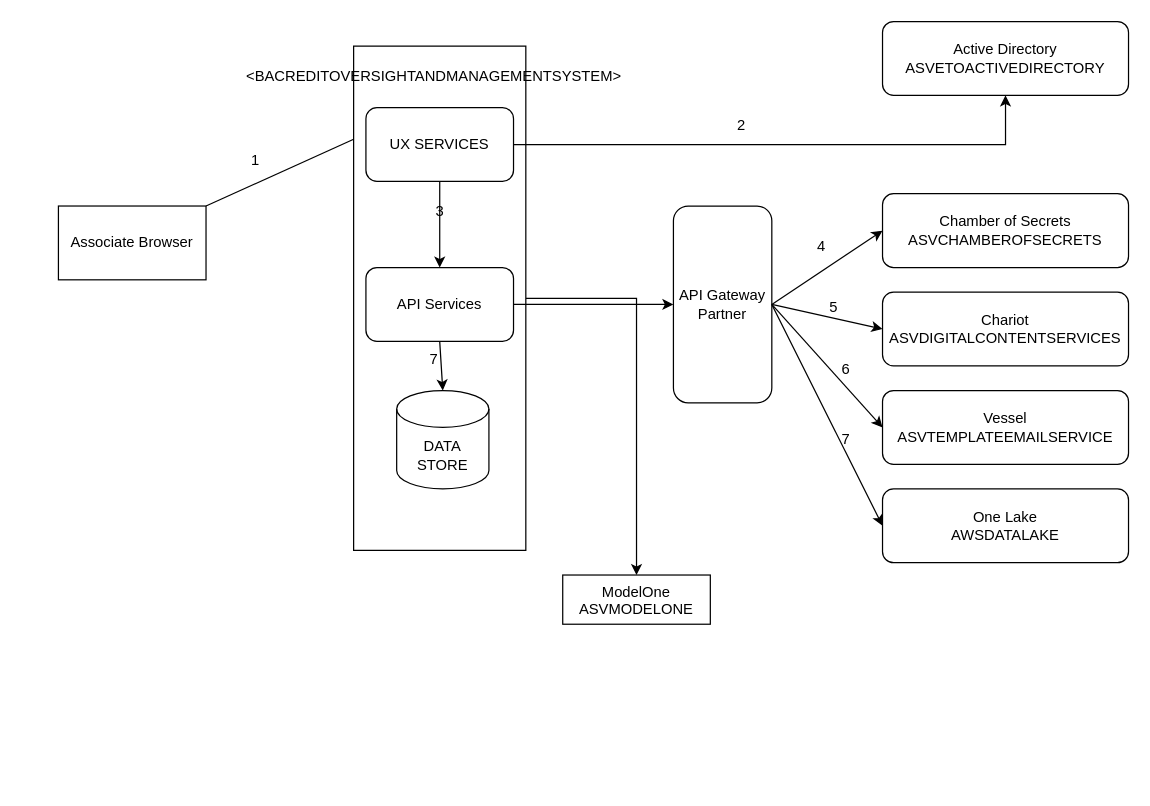
This is Untitled Diagram.drawio from workmoreandtalkless/system-design-101, a draw.io file, before an edit. Source tidied: cells renumbered, new cells numbered last; positions are measured from the earlier drawing's top-left corner, leaving out a move shared by most shapes. Both pictures are drawn from the tidied source at 123%, with x=0, y=0 at pixel (58, 21).
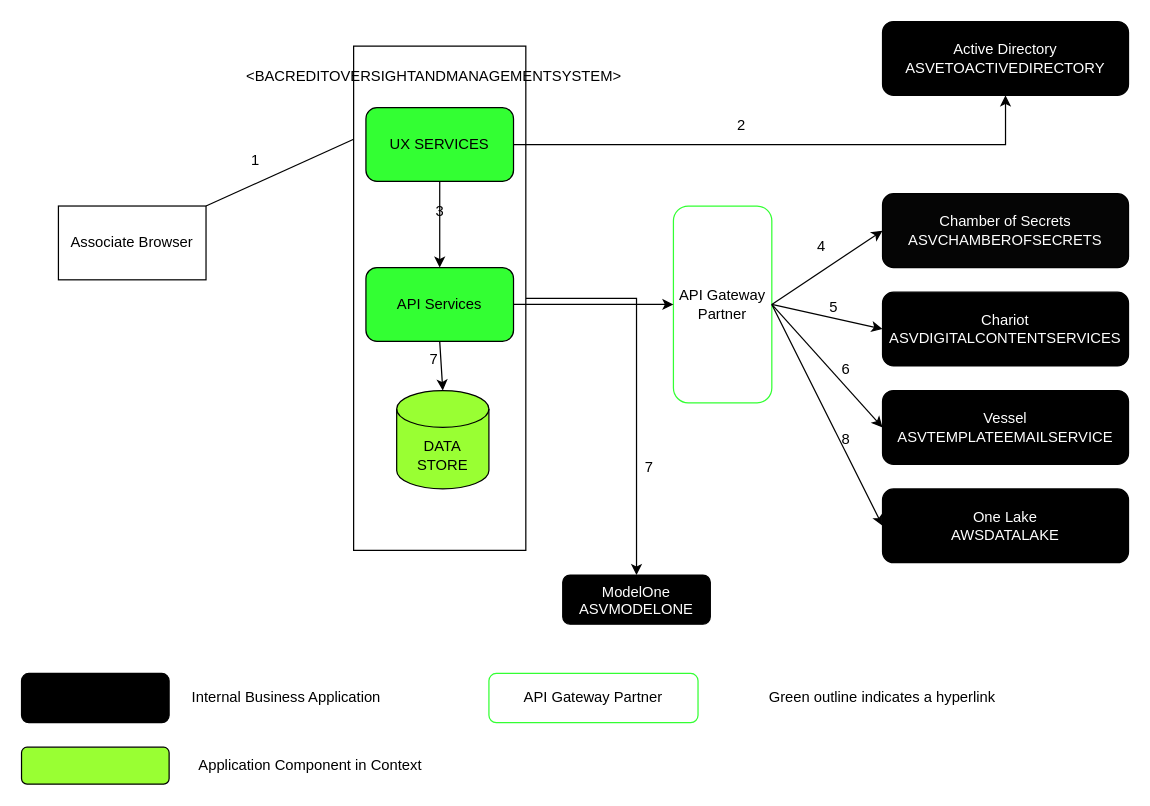
Above is the later version.

Change to the diagram source:
```diff
@@
-    <mxCell id="2" value="ModelOne&lt;div&gt;ASVMODELONE&lt;br&gt;&lt;div&gt;&lt;br&gt;&lt;/div&gt;&lt;/div&gt;" style="whiteSpace=wrap;html=1;verticalAlign=top;strokeWidth=1;" parent="1" vertex="1">
+    <mxCell id="2" value="&lt;font style=&quot;color: rgb(255, 255, 255);&quot;&gt;ModelOne&lt;/font&gt;&lt;div&gt;&lt;font style=&quot;color: rgb(255, 255, 255);&quot;&gt;ASVMODELONE&lt;br&gt;&lt;/font&gt;&lt;div&gt;&lt;br&gt;&lt;/div&gt;&lt;/div&gt;" style="whiteSpace=wrap;html=1;verticalAlign=top;strokeWidth=1;fillColor=#000000;rounded=1;" parent="1" vertex="1">
       <mxGeometry x="410" y="450" width="120" height="40" as="geometry" />
     </mxCell>
@@
-    <mxCell id="9" value="UX SERVICES" style="rounded=1;whiteSpace=wrap;html=1;" parent="1" vertex="1">
+    <mxCell id="9" value="UX SERVICES" style="rounded=1;whiteSpace=wrap;html=1;gradientColor=none;fillColor=#33FF33;" parent="1" vertex="1">
       <mxGeometry x="250" y="70" width="120" height="60" as="geometry" />
     </mxCell>
@@
-    <mxCell id="11" value="API Services" style="rounded=1;whiteSpace=wrap;html=1;" parent="1" vertex="1">
+    <mxCell id="11" value="API Services" style="rounded=1;whiteSpace=wrap;html=1;fillColor=#33FF33;" parent="1" vertex="1">
       <mxGeometry x="250" y="200" width="120" height="60" as="geometry" />
     </mxCell>
-    <mxCell id="12" value="DATA STORE" style="shape=cylinder3;whiteSpace=wrap;html=1;boundedLbl=1;backgroundOutline=1;size=15;" parent="1" vertex="1">
+    <mxCell id="12" value="DATA STORE" style="shape=cylinder3;whiteSpace=wrap;html=1;boundedLbl=1;backgroundOutline=1;size=15;fillColor=#99FF33;" parent="1" vertex="1">
       <mxGeometry x="275" y="300" width="75" height="80" as="geometry" />
     </mxCell>
@@
-    <mxCell id="17" value="Chariot&lt;div&gt;ASVDIGITALCONTENTSERVICES&lt;/div&gt;" style="rounded=1;whiteSpace=wrap;html=1;" parent="1" vertex="1">
+    <mxCell id="17" value="&lt;font style=&quot;color: rgb(255, 255, 255);&quot;&gt;Chariot&lt;/font&gt;&lt;div&gt;&lt;font style=&quot;color: rgb(255, 255, 255);&quot;&gt;ASVDIGITALCONTENTSERVICES&lt;/font&gt;&lt;/div&gt;" style="rounded=1;whiteSpace=wrap;html=1;fillColor=#000000;" parent="1" vertex="1">
       <mxGeometry x="670" y="220" width="200" height="60" as="geometry" />
     </mxCell>
-    <mxCell id="18" value="Chamber of Secrets&lt;div&gt;ASVCHAMBEROFSECRETS&lt;/div&gt;" style="rounded=1;whiteSpace=wrap;html=1;" parent="1" vertex="1">
+    <mxCell id="18" value="&lt;font style=&quot;color: rgb(255, 255, 255);&quot;&gt;Chamber of Secrets&lt;/font&gt;&lt;div&gt;&lt;font style=&quot;color: rgb(255, 255, 255);&quot;&gt;ASVCHAMBEROFSECRETS&lt;/font&gt;&lt;/div&gt;" style="rounded=1;whiteSpace=wrap;html=1;fillColor=light-dark(#050505, #ededed);" parent="1" vertex="1">
       <mxGeometry x="670" y="140" width="200" height="60" as="geometry" />
     </mxCell>
-    <mxCell id="19" value="API Gateway Partner" style="rounded=1;whiteSpace=wrap;html=1;" parent="1" vertex="1">
+    <mxCell id="19" value="API Gateway Partner" style="rounded=1;whiteSpace=wrap;html=1;strokeColor=#33FF33;" parent="1" vertex="1">
       <mxGeometry x="500" y="150" width="80" height="160" as="geometry" />
     </mxCell>
-    <mxCell id="20" value="Active Directory&lt;div&gt;ASVETOACTIVEDIRECTORY&lt;/div&gt;" style="whiteSpace=wrap;html=1;rounded=1;" parent="1" vertex="1">
+    <mxCell id="20" value="&lt;font style=&quot;color: rgb(255, 255, 255);&quot;&gt;Active Directory&lt;/font&gt;&lt;div&gt;&lt;font style=&quot;color: rgb(255, 255, 255);&quot;&gt;ASVETOACTIVEDIRECTORY&lt;/font&gt;&lt;/div&gt;" style="whiteSpace=wrap;html=1;rounded=1;strokeColor=default;gradientColor=default;fillColor=#000000;" parent="1" vertex="1">
       <mxGeometry x="670" width="200" height="60" as="geometry" />
     </mxCell>
-    <mxCell id="21" value="Vessel&lt;div&gt;ASVTEMPLATEEMAILSERVICE&lt;/div&gt;" style="rounded=1;whiteSpace=wrap;html=1;" parent="1" vertex="1">
+    <mxCell id="21" value="&lt;font style=&quot;color: rgb(255, 255, 255);&quot;&gt;Vessel&lt;/font&gt;&lt;div&gt;&lt;font style=&quot;color: rgb(255, 255, 255);&quot;&gt;ASVTEMPLATEEMAILSERVICE&lt;/font&gt;&lt;/div&gt;" style="rounded=1;whiteSpace=wrap;html=1;fillColor=#000000;" parent="1" vertex="1">
       <mxGeometry x="670" y="300" width="200" height="60" as="geometry" />
     </mxCell>
-    <mxCell id="22" value="One Lake&lt;div&gt;AWSDATALAKE&lt;/div&gt;" style="rounded=1;whiteSpace=wrap;html=1;" parent="1" vertex="1">
+    <mxCell id="22" value="&lt;font style=&quot;color: rgb(255, 255, 255);&quot;&gt;One Lake&lt;/font&gt;&lt;div&gt;&lt;font style=&quot;color: rgb(255, 255, 255);&quot;&gt;AWSDATALAKE&lt;/font&gt;&lt;/div&gt;" style="rounded=1;whiteSpace=wrap;html=1;fillColor=#000000;" parent="1" vertex="1">
       <mxGeometry x="670" y="380" width="200" height="60" as="geometry" />
     </mxCell>
@@
-    <mxCell id="32" value="7" style="text;html=1;align=center;verticalAlign=middle;strokeColor=none;fillColor=none;" parent="1" vertex="1">
+    <mxCell id="32" value="8" style="text;html=1;align=center;verticalAlign=middle;strokeColor=none;fillColor=none;" parent="1" vertex="1">
       <mxGeometry x="625" y="325" width="30" height="30" as="geometry" />
     </mxCell>
+    <mxCell id="33" value="7" style="text;html=1;align=center;verticalAlign=middle;strokeColor=none;fillColor=none;" parent="1" vertex="1">
+      <mxGeometry x="465" y="348" width="30" height="30" as="geometry" />
+    </mxCell>
+    <mxCell id="34" value="&lt;div&gt;&lt;div&gt;&lt;br&gt;&lt;/div&gt;&lt;/div&gt;" style="whiteSpace=wrap;html=1;verticalAlign=top;strokeWidth=1;fillColor=#000000;rounded=1;" parent="1" vertex="1">
+      <mxGeometry x="-30" y="530" width="120" height="40" as="geometry" />
+    </mxCell>
+    <mxCell id="35" value="Internal Business Application" style="text;html=1;align=center;verticalAlign=middle;strokeColor=none;fillColor=none;" parent="1" vertex="1">
+      <mxGeometry x="95" y="535" width="180" height="30" as="geometry" />
+    </mxCell>
+    <mxCell id="36" style="rounded=1;whiteSpace=wrap;html=1;fillColor=#99FF33;" parent="1" vertex="1">
+      <mxGeometry x="-30" y="590" width="120" height="30" as="geometry" />
+    </mxCell>
+    <mxCell id="37" value="Application Component in Context" style="text;html=1;align=center;verticalAlign=middle;whiteSpace=wrap;rounded=0;" parent="1" vertex="1">
+      <mxGeometry x="100" y="590" width="210" height="30" as="geometry" />
+    </mxCell>
+    <mxCell id="38" value="API Gateway Partner" style="rounded=1;whiteSpace=wrap;html=1;strokeColor=#33FF33;" parent="1" vertex="1">
+      <mxGeometry x="350" y="530" width="170" height="40" as="geometry" />
+    </mxCell>
+    <mxCell id="39" value="Green outline indicates a hyperlink" style="text;html=1;align=center;verticalAlign=middle;whiteSpace=wrap;rounded=0;" parent="1" vertex="1">
+      <mxGeometry x="530" y="535" width="280" height="30" as="geometry" />
+    </mxCell>
```
